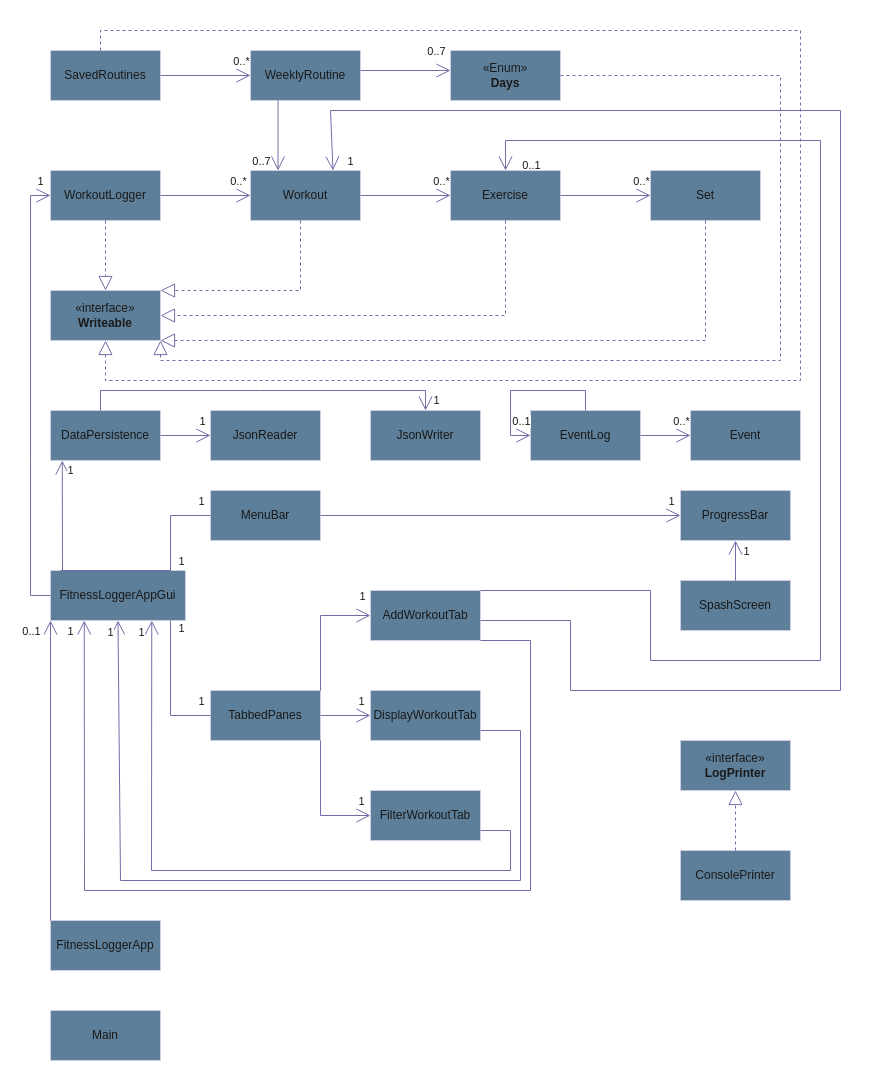
Above: Untitled Diagram.drawio in jason-mac/cpsc-210 (draw.io), before the change. Source tidied: cells renumbered, new cells numbered last; positions are measured from the earlier drawing's top-left corner, leaving out a move shared by most shapes. Both pictures are drawn from the tidied source at 100%, with x=0, y=0 at pixel (30, 30).
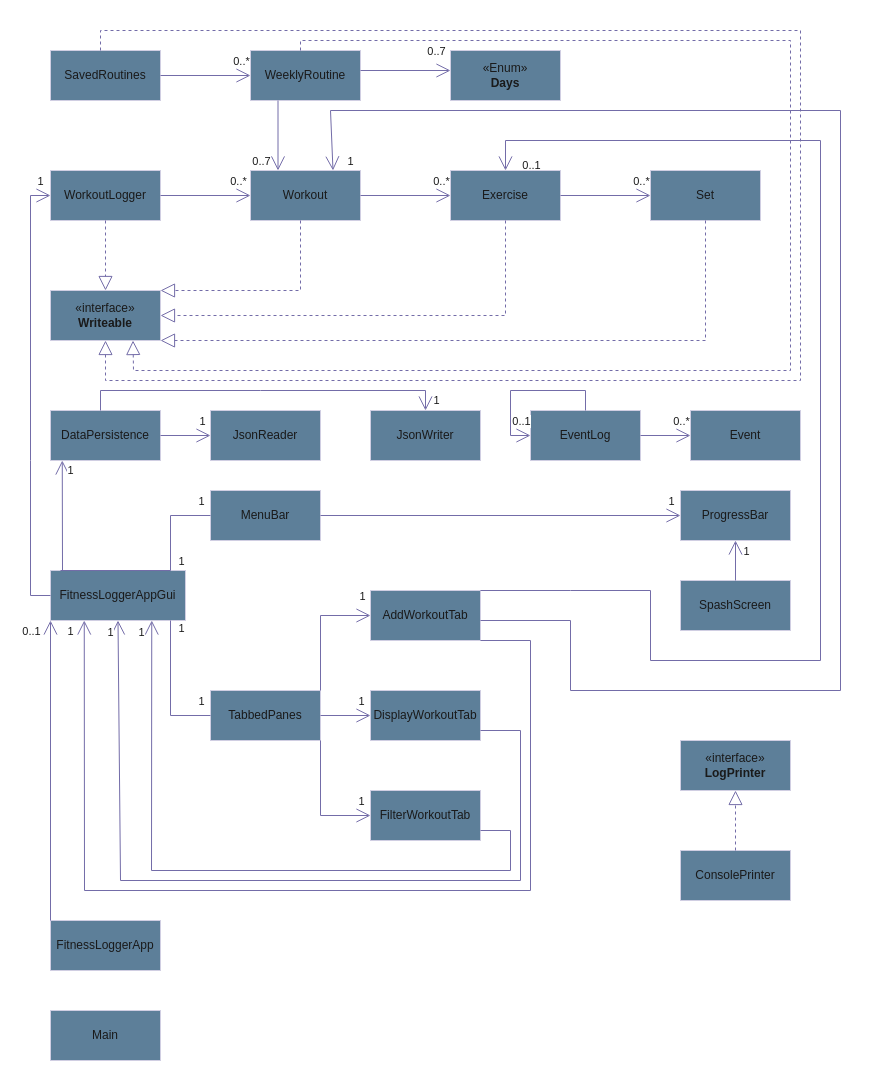
Above is the later version.

The change refers to these unchanged cells:
```xml
<mxCell id="2" value="«Enum»&lt;br&gt;&lt;b&gt;Days&lt;/b&gt;" style="html=1;whiteSpace=wrap;labelBackgroundColor=none;fillColor=#5D7F99;strokeColor=#D0CEE2;fontColor=#1A1A1A;" parent="1" vertex="1">
  <mxGeometry x="420" y="20" width="110" height="50" as="geometry" />
</mxCell>
<mxCell id="19" value="«interface»&lt;br&gt;&lt;b&gt;Writeable&lt;/b&gt;" style="html=1;whiteSpace=wrap;labelBackgroundColor=none;fillColor=#5D7F99;strokeColor=#D0CEE2;fontColor=#1A1A1A;" parent="1" vertex="1">
  <mxGeometry x="20" y="260" width="110" height="50" as="geometry" />
</mxCell>
```

What changed in the source:
```diff
@@
-    <mxCell id="34" style="endArrow=block;dashed=1;endFill=0;endSize=12;html=1;rounded=0;exitX=1;exitY=0.5;exitDx=0;exitDy=0;labelBackgroundColor=none;strokeColor=#736CA8;fontColor=default;" parent="1" edge="1" source="2">
-      <mxGeometry relative="1" as="geometry">
-        <mxPoint x="130" y="310" as="targetPoint" />
-        <Array as="points">
-          <mxPoint x="750" y="45" />
-          <mxPoint x="750" y="190" />
-          <mxPoint x="750" y="330" />
-          <mxPoint x="610" y="330" />
-          <mxPoint x="430" y="330" />
-          <mxPoint x="130" y="330" />
-        </Array>
-      </mxGeometry>
-    </mxCell>
@@
+    <mxCell id="86" style="endArrow=block;dashed=1;endFill=0;endSize=12;html=1;rounded=0;strokeColor=#736CA8;fontColor=#1A1A1A;entryX=0.75;entryY=1;entryDx=0;entryDy=0;" parent="1" edge="1" target="19">
+      <mxGeometry relative="1" as="geometry">
+        <mxPoint x="270" y="20" as="sourcePoint" />
+        <Array as="points">
+          <mxPoint x="270" y="10" />
+          <mxPoint x="760" y="10" />
+          <mxPoint x="760" y="340" />
+          <mxPoint x="103" y="340" />
+        </Array>
+      </mxGeometry>
+    </mxCell>
```
